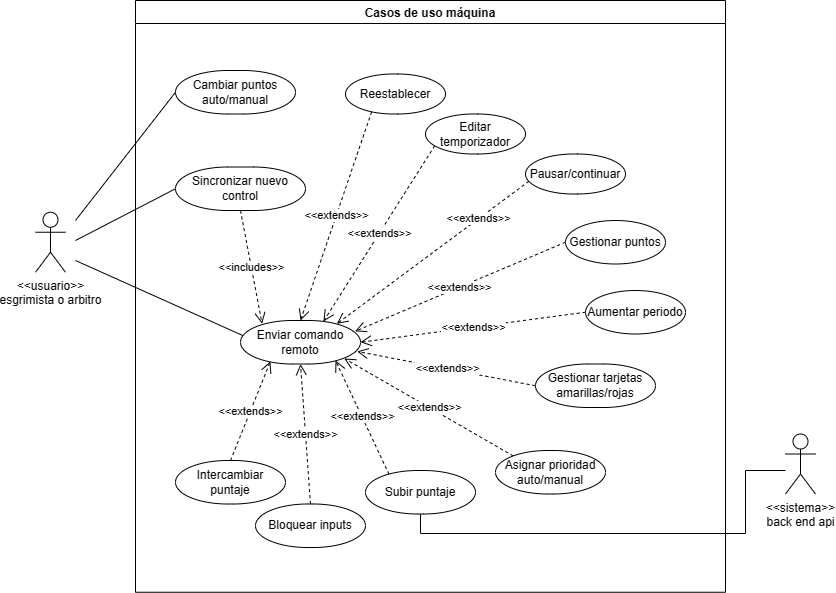
This is Requirements/casos_de_uso_maquina.png from Diego-Hiriart/Capstone_Hiriart-Corales-Samaniego, a draw.io export, as it was before one commit. Source tidied: cells renumbered, new cells last; positions are measured from the earlier drawing's top-left corner, leaving out a move shared by most shapes.
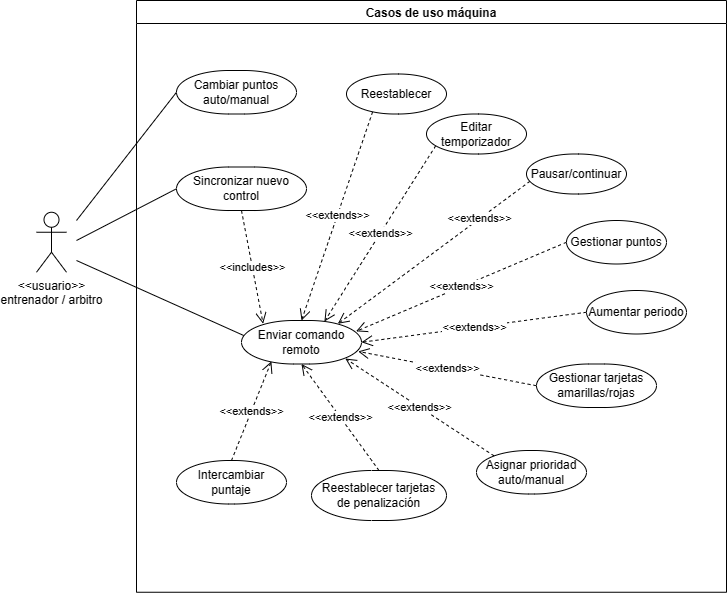
The same diagram one commit later.

Diff of the diagram source:
```diff
@@ -5,12 +5,18 @@
     <mxCell id="2" value="Casos de uso máquina" style="swimlane;fillStyle=solid;swimlaneFillColor=default;" parent="1" vertex="1">
       <mxGeometry x="100" width="590" height="591.8" as="geometry" />
     </mxCell>
+    <mxCell id="29" value="Reestablecer tarjetas &lt;br&gt;de penalización" style="rounded=1;whiteSpace=wrap;html=1;perimeterSpacing=0;arcSize=120;" parent="2" vertex="1">
+      <mxGeometry x="175" y="470" width="135" height="50" as="geometry" />
+    </mxCell>
+    <mxCell id="30" value="Asignar prioridad auto/manual" style="rounded=1;whiteSpace=wrap;html=1;perimeterSpacing=0;arcSize=120;" parent="2" vertex="1">
+      <mxGeometry x="340" y="450" width="110" height="43.5" as="geometry" />
+    </mxCell>
     <mxCell id="3" style="rounded=0;jettySize=auto;html=1;entryX=0;entryY=0.5;entryDx=0;entryDy=0;jumpStyle=arc;endArrow=none;endFill=0;" parent="1" edge="1" target="21">
       <mxGeometry relative="1" as="geometry">
         <mxPoint x="40" y="240" as="sourcePoint" />
       </mxGeometry>
     </mxCell>
-    <mxCell id="4" value="&amp;lt;&amp;lt;usuario&amp;gt;&amp;gt;&lt;br&gt;esgrimista o arbitro" style="shape=umlActor;verticalLabelPosition=bottom;verticalAlign=top;html=1;" parent="1" vertex="1">
+    <mxCell id="4" value="&amp;lt;&amp;lt;usuario&amp;gt;&amp;gt;&lt;br&gt;entrenador / arbitro" style="shape=umlActor;verticalLabelPosition=bottom;verticalAlign=top;html=1;" parent="1" vertex="1">
       <mxGeometry y="211.8" width="30" height="60" as="geometry" />
     </mxCell>
     <mxCell id="5" style="rounded=0;jettySize=auto;html=1;entryX=0.021;entryY=0.348;entryDx=0;entryDy=0;jumpStyle=arc;endArrow=none;endFill=0;entryPerimeter=0;" parent="1" edge="1" target="7">
@@ -35,11 +41,6 @@
     <mxCell id="10" value="&amp;lt;&amp;lt;extends&amp;gt;&amp;gt;" style="endArrow=open;endSize=9;endFill=0;html=1;rounded=0;dashed=1;entryX=0.5;entryY=1;entryDx=0;entryDy=0;exitX=0.5;exitY=0;exitDx=0;exitDy=0;" parent="1" edge="1" source="29" target="7">
       <mxGeometry relative="1" as="geometry" />
     </mxCell>
-    <mxCell id="11" value="&amp;lt;&amp;lt;extends&amp;gt;&amp;gt;" style="endArrow=open;endSize=9;endFill=0;html=1;rounded=0;dashed=1;exitX=0.214;exitY=0.086;exitDx=0;exitDy=0;exitPerimeter=0;" parent="1" edge="1" source="28">
-      <mxGeometry relative="1" as="geometry">
-        <mxPoint x="300" y="360" as="targetPoint" />
-      </mxGeometry>
-    </mxCell>
     <mxCell id="12" value="&amp;lt;&amp;lt;extends&amp;gt;&amp;gt;" style="endArrow=open;endSize=9;endFill=0;html=1;rounded=0;dashed=1;entryX=0.865;entryY=0.874;entryDx=0;entryDy=0;exitX=0.16;exitY=0.124;exitDx=0;exitDy=0;entryPerimeter=0;exitPerimeter=0;" parent="1" edge="1" source="30" target="7">
       <mxGeometry relative="1" as="geometry" />
     </mxCell>
@@ -88,27 +89,5 @@
     <mxCell id="27" value="Gestionar tarjetas amarillas/rojas" style="rounded=1;whiteSpace=wrap;html=1;perimeterSpacing=0;arcSize=120;" parent="1" vertex="1">
       <mxGeometry x="500" y="363.5" width="120" height="43.5" as="geometry" />
     </mxCell>
-    <mxCell id="28" value="Subir puntaje" style="rounded=1;whiteSpace=wrap;html=1;perimeterSpacing=0;arcSize=120;" parent="1" vertex="1">
-      <mxGeometry x="330" y="470" width="110" height="43.5" as="geometry" />
-    </mxCell>
-    <mxCell id="29" value="Bloquear inputs" style="rounded=1;whiteSpace=wrap;html=1;perimeterSpacing=0;arcSize=120;" parent="1" vertex="1">
-      <mxGeometry x="220" y="503.5" width="110" height="43.5" as="geometry" />
-    </mxCell>
-    <mxCell id="30" value="Asignar prioridad auto/manual" style="rounded=1;whiteSpace=wrap;html=1;perimeterSpacing=0;arcSize=120;" parent="1" vertex="1">
-      <mxGeometry x="460" y="450" width="110" height="43.5" as="geometry" />
-    </mxCell>
-    <mxCell id="31" value="&amp;lt;&amp;lt;sistema&amp;gt;&amp;gt;&lt;br&gt;back end api" style="shape=umlActor;verticalLabelPosition=bottom;verticalAlign=top;html=1;" parent="1" vertex="1">
-      <mxGeometry x="750" y="433.5" width="30" height="60" as="geometry" />
-    </mxCell>
-    <mxCell id="32" style="rounded=0;jettySize=auto;html=1;jumpStyle=arc;endArrow=none;endFill=0;exitX=0.5;exitY=1;exitDx=0;exitDy=0;edgeStyle=orthogonalEdgeStyle;" parent="1" edge="1" source="28">
-      <mxGeometry relative="1" as="geometry">
-        <mxPoint x="750" y="470" as="targetPoint" />
-        <Array as="points">
-          <mxPoint x="385" y="533" />
-          <mxPoint x="710" y="533" />
-          <mxPoint x="710" y="470" />
-        </Array>
-      </mxGeometry>
-    </mxCell>
   </root>
 </mxGraphModel>
```
